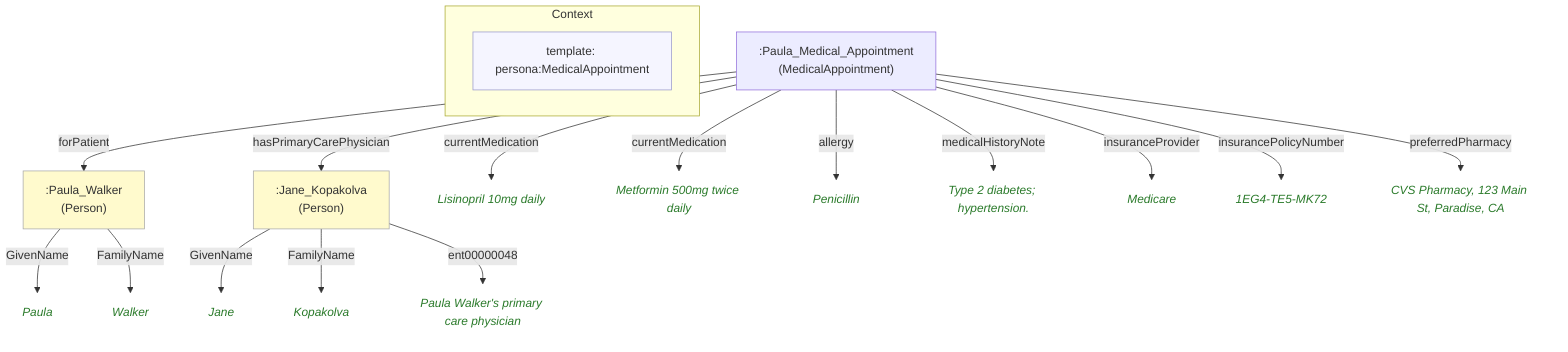
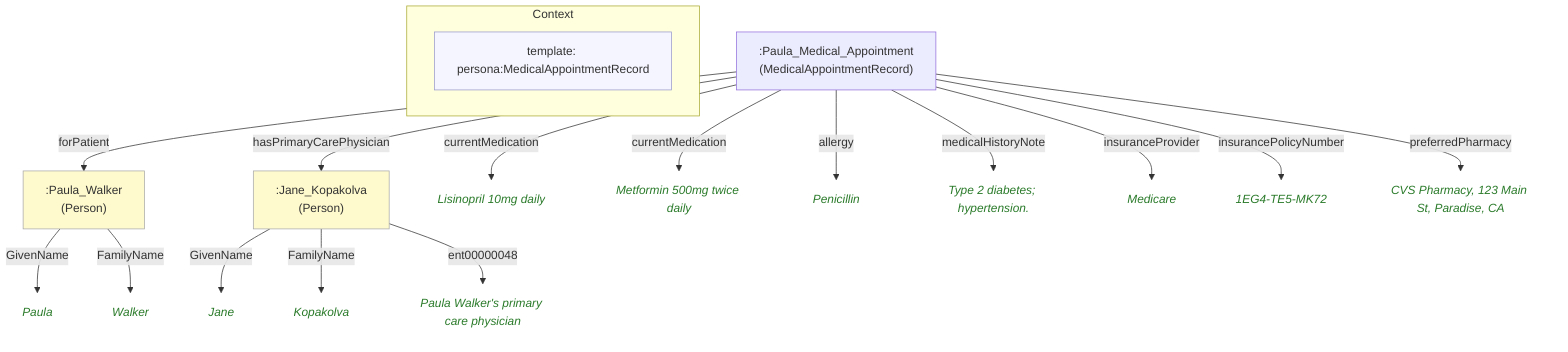
flowchart TD
    classDef person fill:#fffacd,stroke:#aaa,color:#333
    classDef grp    fill:#d4edda,stroke:#aaa,color:#333
    classDef org    fill:#cce5ff,stroke:#aaa,color:#333
    classDef lit    fill:none,stroke:none,font-style:italic,color:#2a7a2a
    classDef meta   fill:#f5f5ff,stroke:#9999cc,color:#333

    subgraph ctx["Context"]
        direction LR
-         ctx_meta["template: persona:MedicalAppointment"]:::meta
+         ctx_meta["template: persona:MedicalAppointmentRecord"]:::meta
    end

    naf30988316a0[":Jane_Kopakolva\n(Person)"]:::person
-     n2966cddd1acd("Jane"):::lit
-     nafcc62c7a56a("Kopakolva"):::lit
-     n592858d7151b("Paula Walker's primary care physician"):::lit
-     n9c0041903ee1[":Paula_Medical_Appointment\n(MedicalAppointment)"]
+     n17461c0dd83a("Jane"):::lit
+     n37ea616a6ad7("Kopakolva"):::lit
+     nfefeccf3a924("Paula Walker's primary care physician"):::lit
+     n9c0041903ee1[":Paula_Medical_Appointment\n(MedicalAppointmentRecord)"]
    nf4296ab13de4[":Paula_Walker\n(Person)"]:::person
    nd3d68245abd1("Lisinopril 10mg daily"):::lit
    n75726e1c0322("Metformin 500mg twice daily"):::lit
    n7461808b07a8("Penicillin"):::lit
    n798c153b9d63("Type 2 diabetes; hypertension."):::lit
    nb048c127c644("Medicare"):::lit
    nd767c2e2c89d("1EG4-TE5-MK72"):::lit
    nfb1be0ec8e6d("CVS Pharmacy, 123 Main St, Paradise, CA"):::lit
-     n143ee0ff687a("Paula"):::lit
-     n66e41a3bff66("Walker"):::lit
+     nb366be061f1b("Paula"):::lit
+     nfc8c7b2e89d1("Walker"):::lit

-     naf30988316a0 -->|"GivenName"| n2966cddd1acd
-     naf30988316a0 -->|"FamilyName"| nafcc62c7a56a
-     naf30988316a0 -->|"ent00000048"| n592858d7151b
+     naf30988316a0 -->|"GivenName"| n17461c0dd83a
+     naf30988316a0 -->|"FamilyName"| n37ea616a6ad7
+     naf30988316a0 -->|"ent00000048"| nfefeccf3a924
    n9c0041903ee1 -->|"forPatient"| nf4296ab13de4
    n9c0041903ee1 -->|"hasPrimaryCarePhysician"| naf30988316a0
    n9c0041903ee1 -->|"currentMedication"| nd3d68245abd1
    n9c0041903ee1 -->|"currentMedication"| n75726e1c0322
    n9c0041903ee1 -->|"allergy"| n7461808b07a8
    n9c0041903ee1 -->|"medicalHistoryNote"| n798c153b9d63
    n9c0041903ee1 -->|"insuranceProvider"| nb048c127c644
    n9c0041903ee1 -->|"insurancePolicyNumber"| nd767c2e2c89d
    n9c0041903ee1 -->|"preferredPharmacy"| nfb1be0ec8e6d
-     nf4296ab13de4 -->|"GivenName"| n143ee0ff687a
-     nf4296ab13de4 -->|"FamilyName"| n66e41a3bff66
+     nf4296ab13de4 -->|"GivenName"| nb366be061f1b
+     nf4296ab13de4 -->|"FamilyName"| nfc8c7b2e89d1
